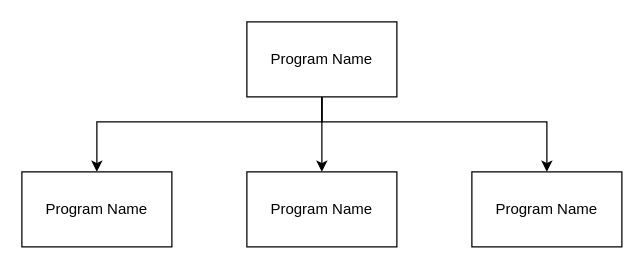
Above: design/topdown.drawio in ICS3U-Templates/ICS3U-Intro-03 (draw.io), before the change. Source tidied: cells renumbered, new cells numbered last; positions are measured from the earlier drawing's top-left corner, leaving out a move shared by most shapes. Both pictures are drawn from the tidied source at 125%, with x=0, y=0 at pixel (21, 21).
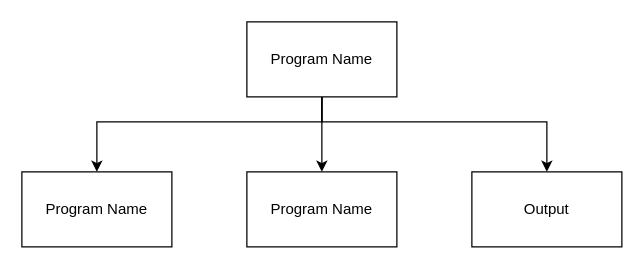
Above is the later version.

The edit, as a diff of the source:
```diff
@@
 <mxGraphModel>
   <root>
     <mxCell id="0" />
     <mxCell id="1" parent="0" />
     <mxCell id="2" style="edgeStyle=orthogonalEdgeStyle;html=1;rounded=0;" parent="1" edge="1" source="5" target="6">
       <mxGeometry relative="1" as="geometry" />
     </mxCell>
     <mxCell id="3" style="edgeStyle=orthogonalEdgeStyle;rounded=0;html=1;" parent="1" edge="1" source="5" target="7">
       <mxGeometry relative="1" as="geometry">
         <Array as="points">
           <mxPoint x="240" y="80" />
           <mxPoint x="420" y="80" />
         </Array>
       </mxGeometry>
     </mxCell>
     <mxCell id="4" style="edgeStyle=orthogonalEdgeStyle;rounded=0;html=1;" parent="1" edge="1" source="5" target="8">
       <mxGeometry relative="1" as="geometry">
         <Array as="points">
           <mxPoint x="240" y="80" />
           <mxPoint x="60" y="80" />
         </Array>
       </mxGeometry>
     </mxCell>
     <mxCell id="5" value="Program Name" style="rounded=0;whiteSpace=wrap;html=1;" parent="1" vertex="1">
       <mxGeometry x="180" width="120" height="60" as="geometry" />
     </mxCell>
     <mxCell id="6" value="Program Name" style="rounded=0;whiteSpace=wrap;html=1;" parent="1" vertex="1">
       <mxGeometry x="180" y="120" width="120" height="60" as="geometry" />
     </mxCell>
-    <mxCell id="7" value="Program Name" style="rounded=0;whiteSpace=wrap;html=1;" parent="1" vertex="1">
+    <mxCell id="7" value="Output" style="rounded=0;whiteSpace=wrap;html=1;" parent="1" vertex="1">
       <mxGeometry x="360" y="120" width="120" height="60" as="geometry" />
     </mxCell>
     <mxCell id="8" value="Program Name" style="rounded=0;whiteSpace=wrap;html=1;" parent="1" vertex="1">
       <mxGeometry y="120" width="120" height="60" as="geometry" />
     </mxCell>
   </root>
 </mxGraphModel>
```
